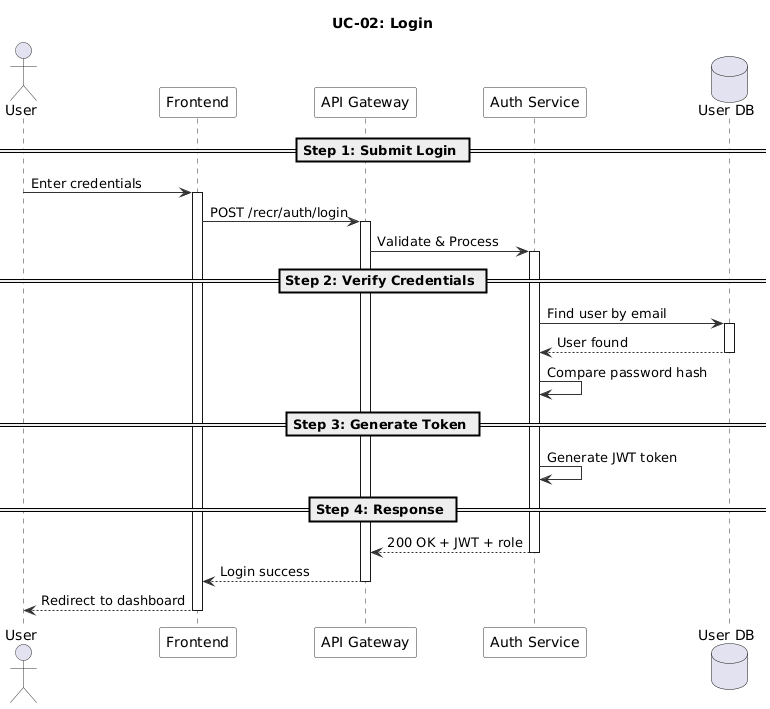
The PlantUML diagram modules/recr/images/sequence/uc02-login-sequence.png in namnh240795/document, before a commit.
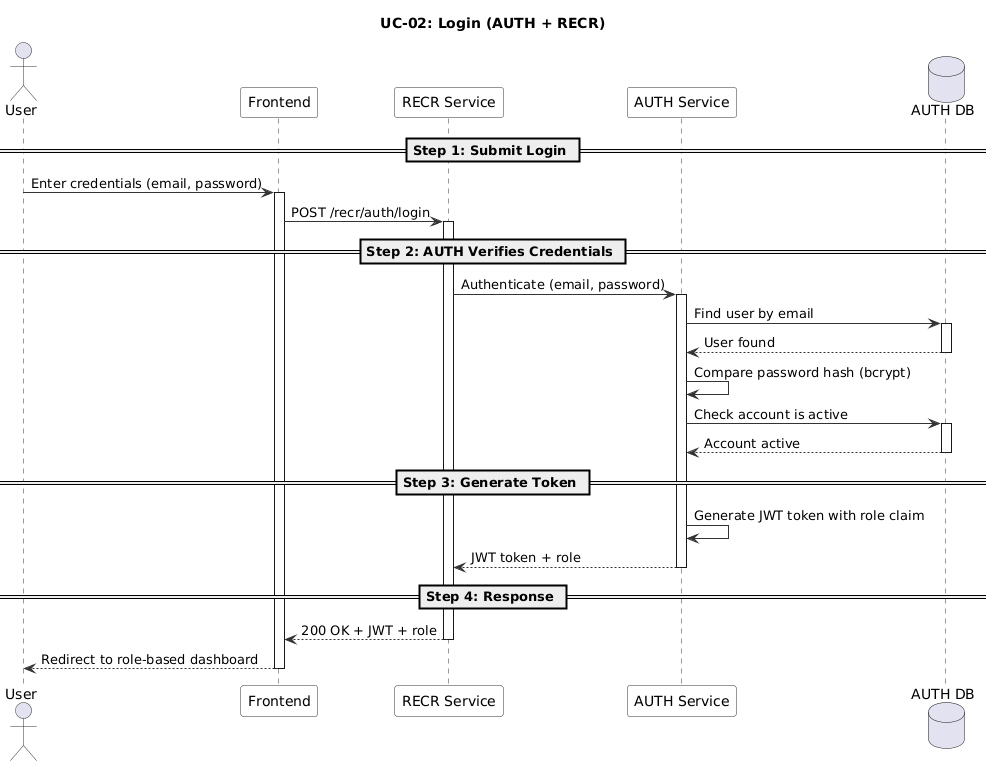
Above is the later version.

Commit message:
Move role to AUTH module, update UC-01 and UC-02

What changed in the source:
```diff
@@ -7,47 +7,52 @@
   ParticipantBorderColor #333333
 }
 
-title UC-02: Login
+title UC-02: Login (AUTH + RECR)
 
 actor "User" as User
 participant "Frontend" as FE
-participant "API Gateway" as GW
-participant "Auth Service" as Auth
-database "User DB" as DB
+participant "RECR Service" as RECR
+participant "AUTH Service" as AUTH
+database "AUTH DB" as ADB
 
 == Step 1: Submit Login ==
 
-User -> FE : Enter credentials
+User -> FE : Enter credentials (email, password)
 activate FE
 
-FE -> GW : POST /recr/auth/login
-activate GW
+FE -> RECR : POST /recr/auth/login
+activate RECR
 
-GW -> Auth : Validate & Process
-activate Auth
+== Step 2: AUTH Verifies Credentials ==
 
-== Step 2: Verify Credentials ==
+RECR -> AUTH : Authenticate (email, password)
+activate AUTH
 
-Auth -> DB : Find user by email
-activate DB
-DB --> Auth : User found
-deactivate DB
+AUTH -> ADB : Find user by email
+activate ADB
+ADB --> AUTH : User found
+deactivate ADB
 
-Auth -> Auth : Compare password hash
+AUTH -> AUTH : Compare password hash (bcrypt)
+
+AUTH -> ADB : Check account is active
+activate ADB
+ADB --> AUTH : Account active
+deactivate ADB
 
 == Step 3: Generate Token ==
 
-Auth -> Auth : Generate JWT token
+AUTH -> AUTH : Generate JWT token with role claim
+
+AUTH --> RECR : JWT token + role
+deactivate AUTH
 
 == Step 4: Response ==
 
-Auth --> GW : 200 OK + JWT + role
-deactivate Auth
+RECR --> FE : 200 OK + JWT + role
+deactivate RECR
 
-GW --> FE : Login success
-deactivate GW
-
-FE --> User : Redirect to dashboard
+FE --> User : Redirect to role-based dashboard
 deactivate FE
 
 @enduml
```
